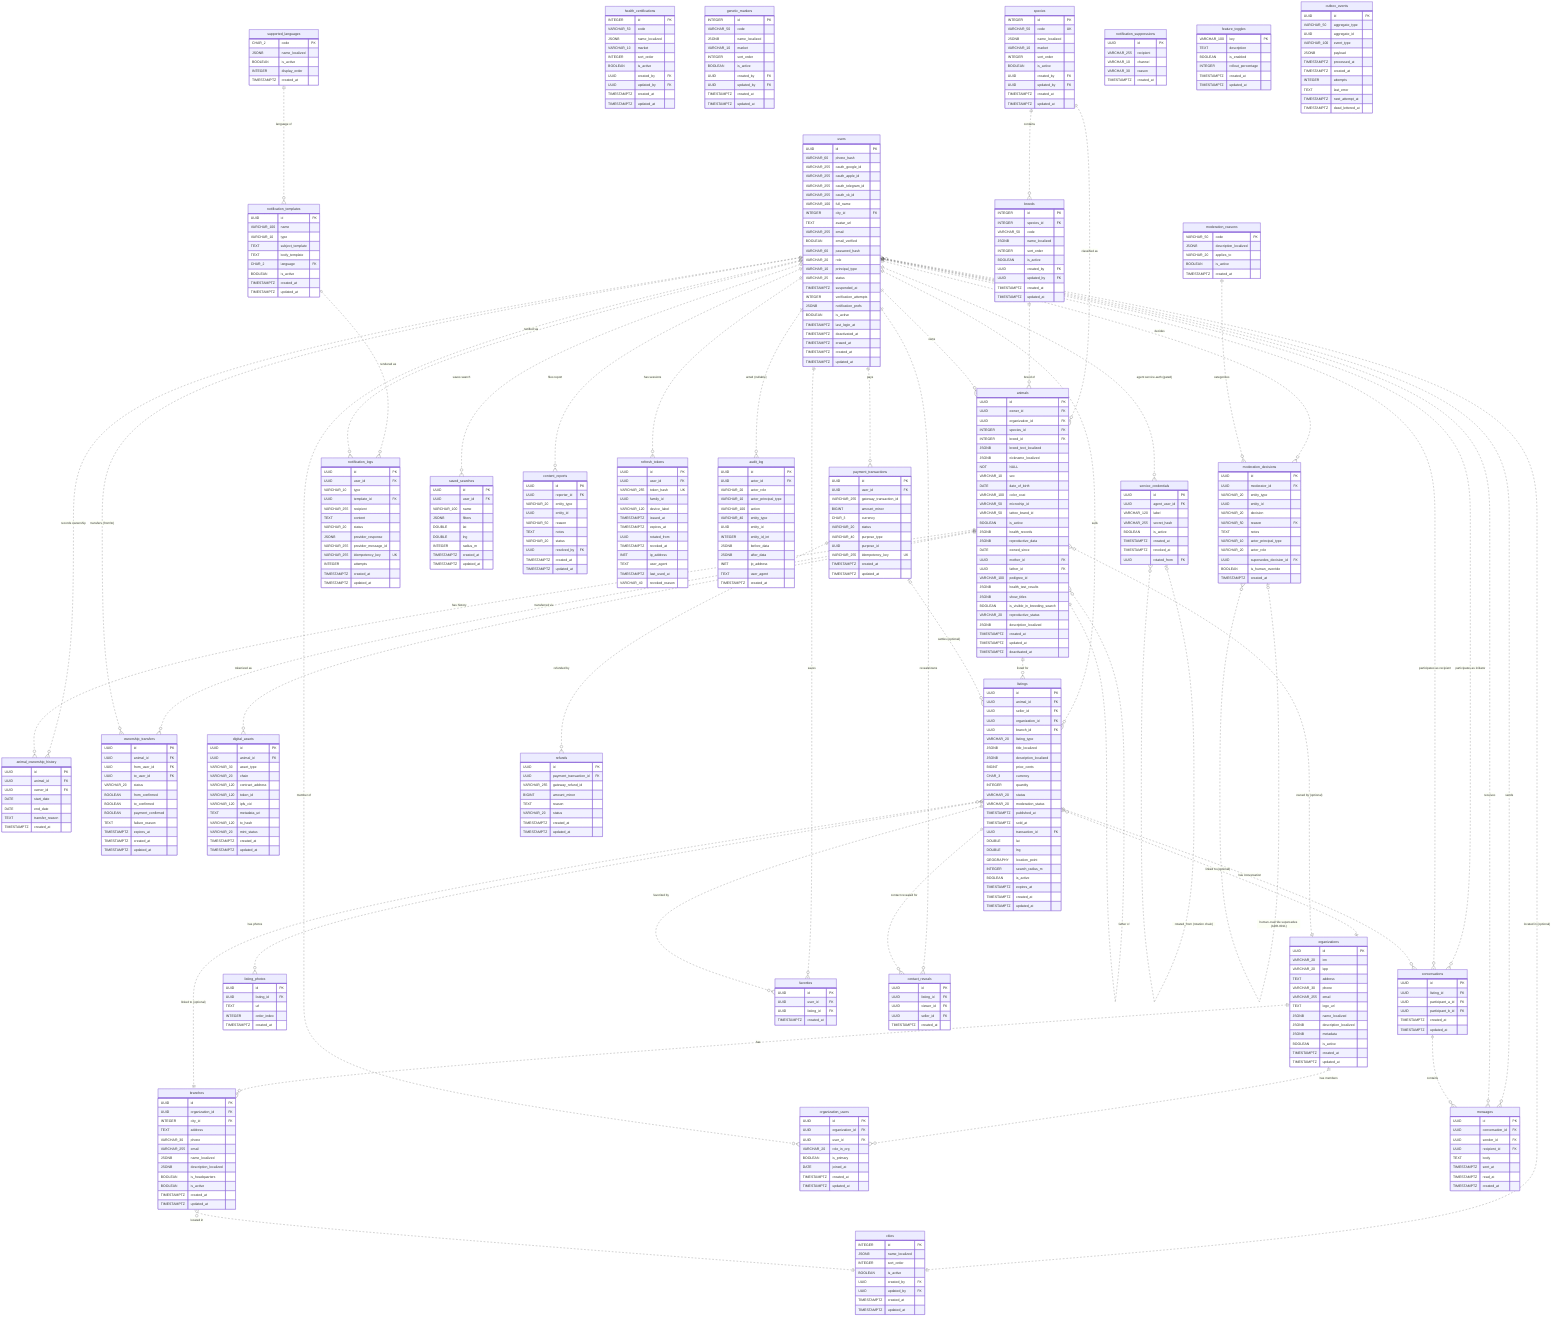
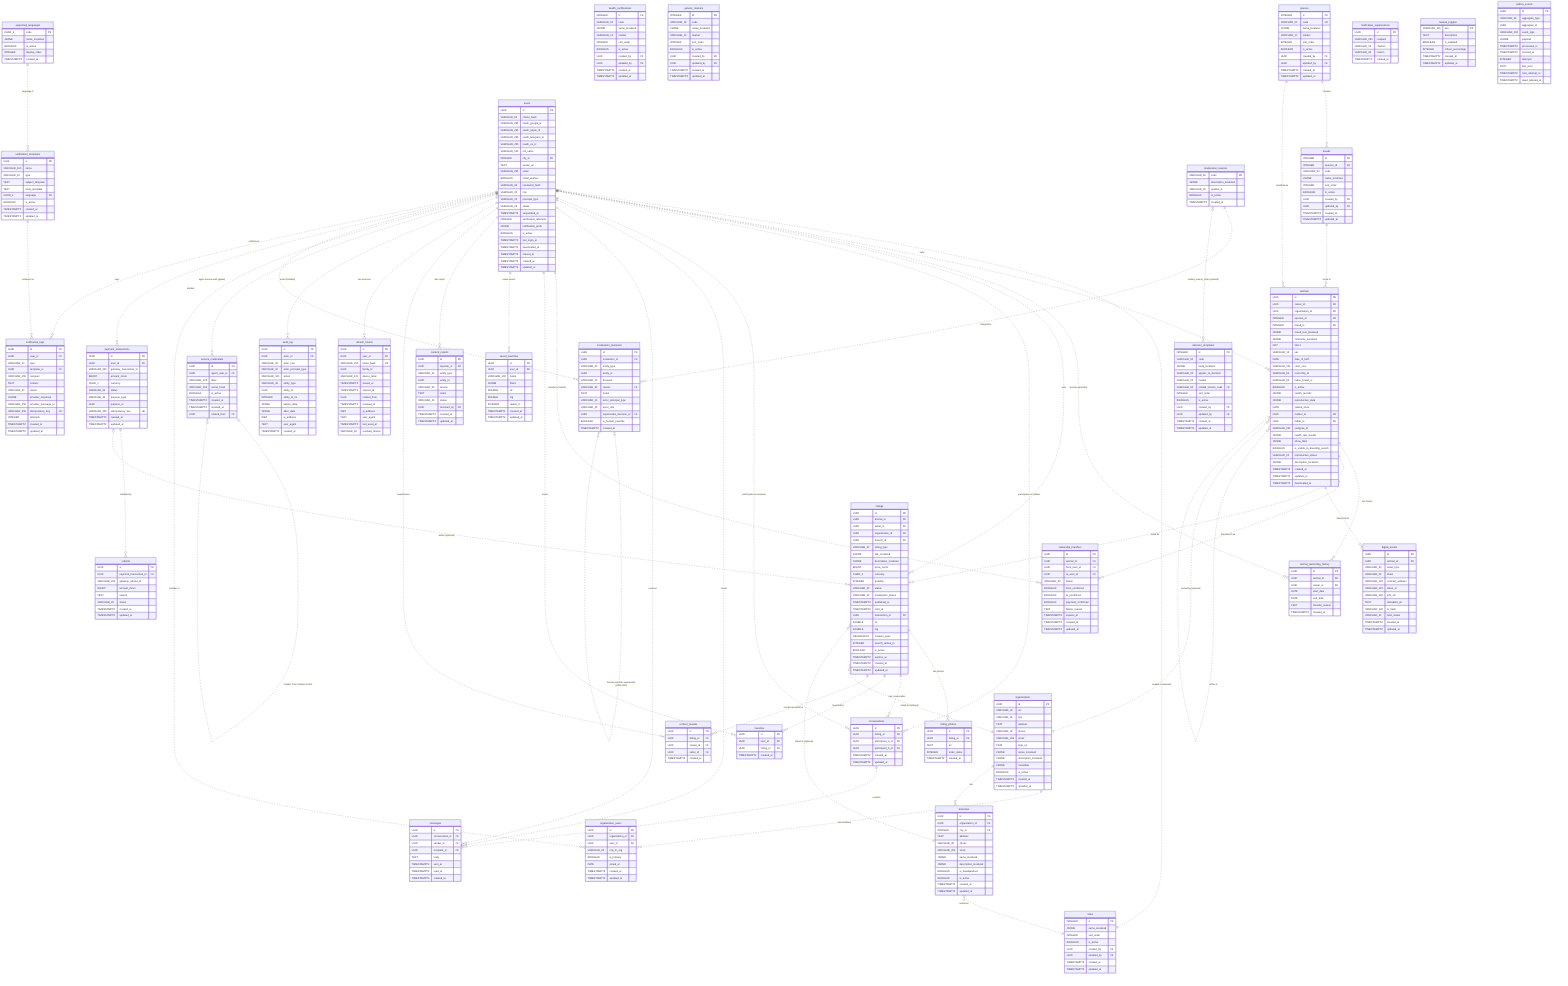
erDiagram
    %% Reference Data Tables
    species {
        INTEGER id PK
        VARCHAR_50 code UK
        JSONB name_localized
        VARCHAR_10 market
        INTEGER sort_order
        BOOLEAN is_active
        UUID created_by FK
        UUID updated_by FK
        TIMESTAMPTZ created_at
        TIMESTAMPTZ updated_at
    }
    breeds {
        INTEGER id PK
        INTEGER species_id FK
        VARCHAR_50 code
        JSONB name_localized
        INTEGER sort_order
        BOOLEAN is_active
        UUID created_by FK
        UUID updated_by FK
        TIMESTAMPTZ created_at
        TIMESTAMPTZ updated_at
        %% UK (species_id, code)
    }
    cities {
        INTEGER id PK
        JSONB name_localized
        INTEGER sort_order
        BOOLEAN is_active
        UUID created_by FK
        UUID updated_by FK
        TIMESTAMPTZ created_at
        TIMESTAMPTZ updated_at
    }
    health_certifications {
        INTEGER id PK
        VARCHAR_50 code
        JSONB name_localized
        VARCHAR_10 market
        INTEGER sort_order
        BOOLEAN is_active
        UUID created_by FK
        UUID updated_by FK
        TIMESTAMPTZ created_at
        TIMESTAMPTZ updated_at
        %% UK (market, code)
    }
    genetic_markers {
        INTEGER id PK
        VARCHAR_50 code
        JSONB name_localized
        VARCHAR_10 market
        INTEGER sort_order
        BOOLEAN is_active
        UUID created_by FK
        UUID updated_by FK
        TIMESTAMPTZ created_at
        TIMESTAMPTZ updated_at
        %% UK (market, code)
    }
    supported_languages {
        CHAR_2 code PK
        JSONB name_localized
        BOOLEAN is_active
        INTEGER display_order
        TIMESTAMPTZ created_at
    }

    %% Identity Domain
    users {
        UUID id PK
        VARCHAR_60 phone_hash
        VARCHAR_255 oauth_google_id
        VARCHAR_255 oauth_apple_id
        VARCHAR_255 oauth_telegram_id
        VARCHAR_255 oauth_vk_id
        VARCHAR_100 full_name
        INTEGER city_id FK
        TEXT avatar_url
        VARCHAR_255 email
        BOOLEAN email_verified
        VARCHAR_60 password_hash
        VARCHAR_20 role
        VARCHAR_10 principal_type
        VARCHAR_25 status
        TIMESTAMPTZ suspended_at
        INTEGER verification_attempts
        JSONB notification_prefs
        BOOLEAN is_active
        TIMESTAMPTZ last_login_at
        TIMESTAMPTZ deactivated_at
        TIMESTAMPTZ erased_at
        TIMESTAMPTZ created_at
        TIMESTAMPTZ updated_at
    }

    %% Animal Domain
    animals {
        UUID id PK
        UUID owner_id FK
        UUID organization_id FK
        INTEGER species_id FK
        INTEGER breed_id FK
        JSONB breed_text_localized
        JSONB nickname_localized NOT NULL
        VARCHAR_10 sex
        DATE date_of_birth
        VARCHAR_100 color_coat
        VARCHAR_50 microchip_id
        VARCHAR_50 tattoo_brand_id
        BOOLEAN is_active
        JSONB health_records
        JSONB reproductive_data
        DATE owned_since
        UUID mother_id FK
        UUID father_id FK
        VARCHAR_100 pedigree_id
        JSONB health_test_results
        JSONB show_titles
        BOOLEAN is_visible_in_breeding_search
        VARCHAR_20 reproductive_status
        JSONB description_localized
        TIMESTAMPTZ created_at
        TIMESTAMPTZ updated_at
        TIMESTAMPTZ deactivated_at
    }
    animal_ownership_history {
        UUID id PK
        UUID animal_id FK
        UUID owner_id FK
        DATE start_date
        DATE end_date
        TEXT transfer_reason
        TIMESTAMPTZ created_at
    }
    ownership_transfers {
        UUID id PK
        UUID animal_id FK
        UUID from_user_id FK
        UUID to_user_id FK
        VARCHAR_20 status
        BOOLEAN from_confirmed
        BOOLEAN to_confirmed
        BOOLEAN payment_confirmed
        TEXT failure_reason
        TIMESTAMPTZ expires_at
        TIMESTAMPTZ created_at
        TIMESTAMPTZ updated_at
    }
    digital_assets {
        UUID id PK
        UUID animal_id FK
        VARCHAR_30 asset_type
        VARCHAR_20 chain
        VARCHAR_120 contract_address
        VARCHAR_120 token_id
        VARCHAR_120 ipfs_cid
        TEXT metadata_uri
        VARCHAR_120 tx_hash
        VARCHAR_20 mint_status
        TIMESTAMPTZ created_at
        TIMESTAMPTZ updated_at
        %% ADR-0010: NFT readiness hook; gated by feature_toggles
    }

    %% Organization Domain
    organizations {
        UUID id PK
        VARCHAR_20 inn
        VARCHAR_20 kpp
        TEXT address
        VARCHAR_30 phone
        VARCHAR_255 email
        TEXT logo_url
        JSONB name_localized
        JSONB description_localized
        JSONB metadata
        BOOLEAN is_active
        TIMESTAMPTZ created_at
        TIMESTAMPTZ updated_at
    }
    branches {
        UUID id PK
        UUID organization_id FK
        INTEGER city_id FK
        TEXT address
        VARCHAR_30 phone
        VARCHAR_255 email
        JSONB name_localized
        JSONB description_localized
        BOOLEAN is_headquarters
        BOOLEAN is_active
        TIMESTAMPTZ created_at
        TIMESTAMPTZ updated_at
    }
    organization_users {
        UUID id PK
        UUID organization_id FK
        UUID user_id FK
        VARCHAR_20 role_in_org
        BOOLEAN is_primary
        DATE joined_at
        TIMESTAMPTZ created_at
        TIMESTAMPTZ updated_at
        %% UK (organization_id, user_id)
    }

    %% Marketplace/Listings Domain
    listings {
        UUID id PK
        UUID animal_id FK
        UUID seller_id FK
        UUID organization_id FK
        UUID branch_id FK
        VARCHAR_20 listing_type
        JSONB title_localized
        JSONB description_localized
        BIGINT price_cents
        CHAR_3 currency
        INTEGER quantity
        VARCHAR_20 status
        VARCHAR_20 moderation_status
        TIMESTAMPTZ published_at
        TIMESTAMPTZ sold_at
        UUID transaction_id FK
        DOUBLE lat
        DOUBLE lng
        GEOGRAPHY location_point
        INTEGER search_radius_m
        BOOLEAN is_active
        TIMESTAMPTZ expires_at
        TIMESTAMPTZ created_at
        TIMESTAMPTZ updated_at
        %% UK (animal_id, listing_type) WHERE status='ACTIVE'
    }
    listing_photos {
        UUID id PK
        UUID listing_id FK
        TEXT url
        INTEGER order_index
        TIMESTAMPTZ created_at
    }
    conversations {
        UUID id PK
        UUID listing_id FK
        UUID participant_a_id FK
        UUID participant_b_id FK
        TIMESTAMPTZ created_at
        TIMESTAMPTZ updated_at
    }
    messages {
        UUID id PK
        UUID conversation_id FK
        UUID sender_id FK
        UUID recipient_id FK
        TEXT body
        TIMESTAMPTZ sent_at
        TIMESTAMPTZ read_at
        TIMESTAMPTZ created_at
    }

    %% Moderation Domain
    moderation_reasons {
        VARCHAR_50 code PK
        JSONB description_localized
        VARCHAR_20 applies_to
        BOOLEAN is_active
        TIMESTAMPTZ created_at
    }
    moderation_decisions {
        UUID id PK
        UUID moderator_id FK
        VARCHAR_20 entity_type
        UUID entity_id
        VARCHAR_20 decision
        VARCHAR_50 reason FK
        TEXT notes
        VARCHAR_10 actor_principal_type
        VARCHAR_20 actor_role
        UUID supersedes_decision_id FK
        BOOLEAN is_human_override
        TIMESTAMPTZ created_at
        %% append-only (immutable); ADR-0011 actor-snapshot + human-override chain (supersedes_decision_id self-ref)
+     }
+     decision_templates {
+         INTEGER id PK
+         VARCHAR_50 code
+         JSONB body_localized
+         VARCHAR_20 applies_to_decision
+         VARCHAR_10 market
+         VARCHAR_50 related_reason_code FK
+         INTEGER sort_order
+         BOOLEAN is_active
+         UUID created_by FK
+         UUID updated_by FK
+         TIMESTAMPTZ created_at
+         TIMESTAMPTZ updated_at
+         %% B10 Admin-extensible canned-note dictionary (spec 12); UK (market, code)
    }

    %% Payment Domain
    payment_transactions {
        UUID id PK
        UUID user_id FK
        VARCHAR_255 gateway_transaction_id
        BIGINT amount_minor
        CHAR_3 currency
        VARCHAR_20 status
        VARCHAR_40 purpose_type
        UUID purpose_id
        VARCHAR_255 idempotency_key UK
        TIMESTAMPTZ created_at
        TIMESTAMPTZ updated_at
    }
    refunds {
        UUID id PK
        UUID payment_transaction_id FK
        VARCHAR_255 gateway_refund_id
        BIGINT amount_minor
        TEXT reason
        VARCHAR_20 status
        TIMESTAMPTZ created_at
        TIMESTAMPTZ updated_at
    }

    %% Notification Domain
    notification_templates {
        UUID id PK
        VARCHAR_100 name
        VARCHAR_10 type
        TEXT subject_template
        TEXT body_template
        CHAR_2 language FK
        BOOLEAN is_active
        TIMESTAMPTZ created_at
        TIMESTAMPTZ updated_at
        %% UK (name, type, language)
    }
    notification_logs {
        UUID id PK
        UUID user_id FK
        VARCHAR_10 type
        UUID template_id FK
        VARCHAR_255 recipient
        TEXT content
        VARCHAR_20 status
        JSONB provider_response
        VARCHAR_255 provider_message_id
        VARCHAR_255 idempotency_key UK
        INTEGER attempts
        TIMESTAMPTZ created_at
        TIMESTAMPTZ updated_at
    }
    notification_suppressions {
        UUID id PK
        VARCHAR_255 recipient
        VARCHAR_10 channel
        VARCHAR_30 reason
        TIMESTAMPTZ created_at
        %% (recipient, channel) UNIQUE — hard-bounce / unsubscribe
    }

    %% Favorites & Saved Searches (MVP)
    favorites {
        UUID id PK
        UUID user_id FK
        UUID listing_id FK
        TIMESTAMPTZ created_at
        %% UK (user_id, listing_id)
    }
    saved_searches {
        UUID id PK
        UUID user_id FK
        VARCHAR_100 name
        JSONB filters
        DOUBLE lat
        DOUBLE lng
        INTEGER radius_m
        TIMESTAMPTZ created_at
        TIMESTAMPTZ updated_at
    }
    content_reports {
        UUID id PK
        UUID reporter_id FK
        VARCHAR_20 entity_type
        UUID entity_id
        VARCHAR_50 reason
        TEXT notes
        VARCHAR_20 status
        UUID resolved_by FK
        TIMESTAMPTZ created_at
        TIMESTAMPTZ updated_at
    }
    contact_reveals {
        UUID id PK
        UUID listing_id FK
        UUID viewer_id FK
        UUID seller_id FK
        TIMESTAMPTZ created_at
        %% ADR-0005: MVP "contact the seller" (no chat); audit + rate-limit source
    }

    %% Identity sessions & audit (round-4 integrity)
    refresh_tokens {
        UUID id PK
        UUID user_id FK
        VARCHAR_255 token_hash UK
        UUID family_id
        VARCHAR_120 device_label
        TIMESTAMPTZ issued_at
        TIMESTAMPTZ expires_at
        UUID rotated_from
        TIMESTAMPTZ revoked_at
        INET ip_address
        TEXT user_agent
        TIMESTAMPTZ last_used_at
        VARCHAR_40 revoked_reason
    }
    audit_log {
        UUID id PK
        UUID actor_id FK
        VARCHAR_20 actor_role
        VARCHAR_10 actor_principal_type
        VARCHAR_100 action
        VARCHAR_40 entity_type
        UUID entity_id
        INTEGER entity_id_int
        JSONB before_data
        JSONB after_data
        INET ip_address
        TEXT user_agent
        TIMESTAMPTZ created_at
        %% append-only
    }
    service_credentials {
        UUID id PK
        UUID agent_user_id FK
        VARCHAR_120 label
        VARCHAR_255 secret_hash
        BOOLEAN is_active
        TIMESTAMPTZ created_at
        TIMESTAMPTZ revoked_at
        UUID rotated_from FK
        %% ADR-0011 §5.3 agent service-auth FORM ONLY (gated)
    }

    %% Extensibility / System Tables
    feature_toggles {
        VARCHAR_100 key PK
        TEXT description
        BOOLEAN is_enabled
        INTEGER rollout_percentage
        TIMESTAMPTZ created_at
        TIMESTAMPTZ updated_at
    }
    outbox_events {
        UUID id PK
        VARCHAR_50 aggregate_type
        UUID aggregate_id
        VARCHAR_100 event_type
        JSONB payload
        TIMESTAMPTZ processed_at
        TIMESTAMPTZ created_at
        INTEGER attempts
        TEXT last_error
        TIMESTAMPTZ next_attempt_at
        TIMESTAMPTZ dead_lettered_at
    }

    %% Relationships
    species ||..o{ breeds : "contains"
    species ||..o{ animals : "classified as"
    breeds ||..o{ animals : "breed of"
    users }o..|| cities : "located in (optional)"
    users ||..o{ animals : "owns"
    users ||..o{ animal_ownership_history : "records ownership"
    users ||..o{ listings : "sells"
    users ||..o{ conversations : "participates as initiator"
    users ||..o{ conversations : "participates as recipient"
    users ||..o{ messages : "sends"
    users ||..o{ messages : "receives"
    animals ||..o{ animal_ownership_history : "has history"
    animals ||..o{ listings : "listed for"
    animals ||..o{ ownership_transfers : "transferred via"
    users ||..o{ ownership_transfers : "transfers (from/to)"
    animals ||..o{ digital_assets : "tokenized as"
    animals }o..|| animals : "mother of"
    animals }o..|| animals : "father of"
    listings ||..o{ listing_photos : "has photos"
    listings ||..o{ conversations : "has conversation"
    conversations ||..o{ messages : "contains"
    users ||..o{ favorites : "saves"
    listings ||..o{ favorites : "favorited by"
    users ||..o{ saved_searches : "saves search"
    users ||..o{ content_reports : "files report"
    users ||..o{ contact_reveals : "reveals/owns"
    listings ||..o{ contact_reveals : "contact revealed for"
    users ||..o{ refresh_tokens : "has sessions"
    users ||..o{ audit_log : "acted (nullable)"
    users ||..o{ service_credentials : "agent service-auth (gated)"
    service_credentials |o..o{ service_credentials : "rotated_from (rotation chain)"

    %% Organization Domain Relationships (junction = M:N resolved)
    organizations ||..o{ organization_users : "has members"
    users ||..o{ organization_users : "member of"
    organizations ||..o{ branches : "has"
    branches }o..|| cities : "located in"
    listings }o..|| organizations : "linked to (optional)"
    listings }o..|| branches : "linked to (optional)"
    animals }o..|| organizations : "owned by (optional)"

    %% Moderation / Payment / Notification Relationships
    users ||..o{ moderation_decisions : "decides"
    moderation_reasons ||..o{ moderation_decisions : "categorizes"
    moderation_decisions |o..o{ moderation_decisions : "human-override supersedes (ADR-0011)"
+     moderation_reasons |o..o{ decision_templates : "related_reason_code (optional)"
    users ||..o{ payment_transactions : "pays"
    payment_transactions ||..o{ refunds : "refunded by"
    payment_transactions |o..o{ listings : "settles (optional)"
    supported_languages ||..o{ notification_templates : "language of"
    notification_templates ||..o{ notification_logs : "rendered as"
    users ||..o{ notification_logs : "notified via"
